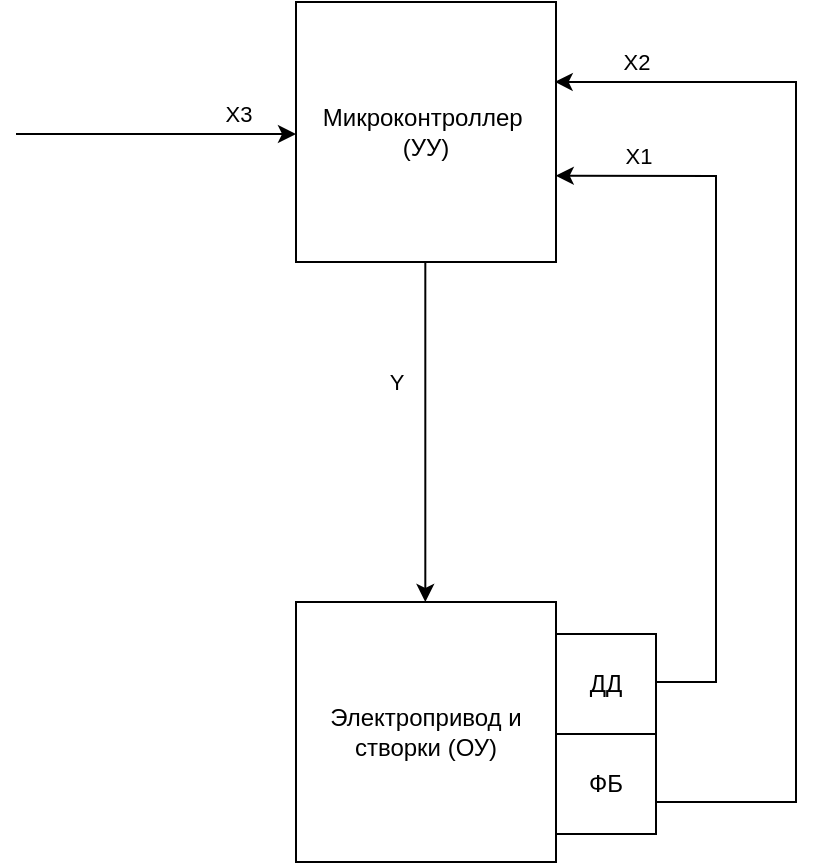
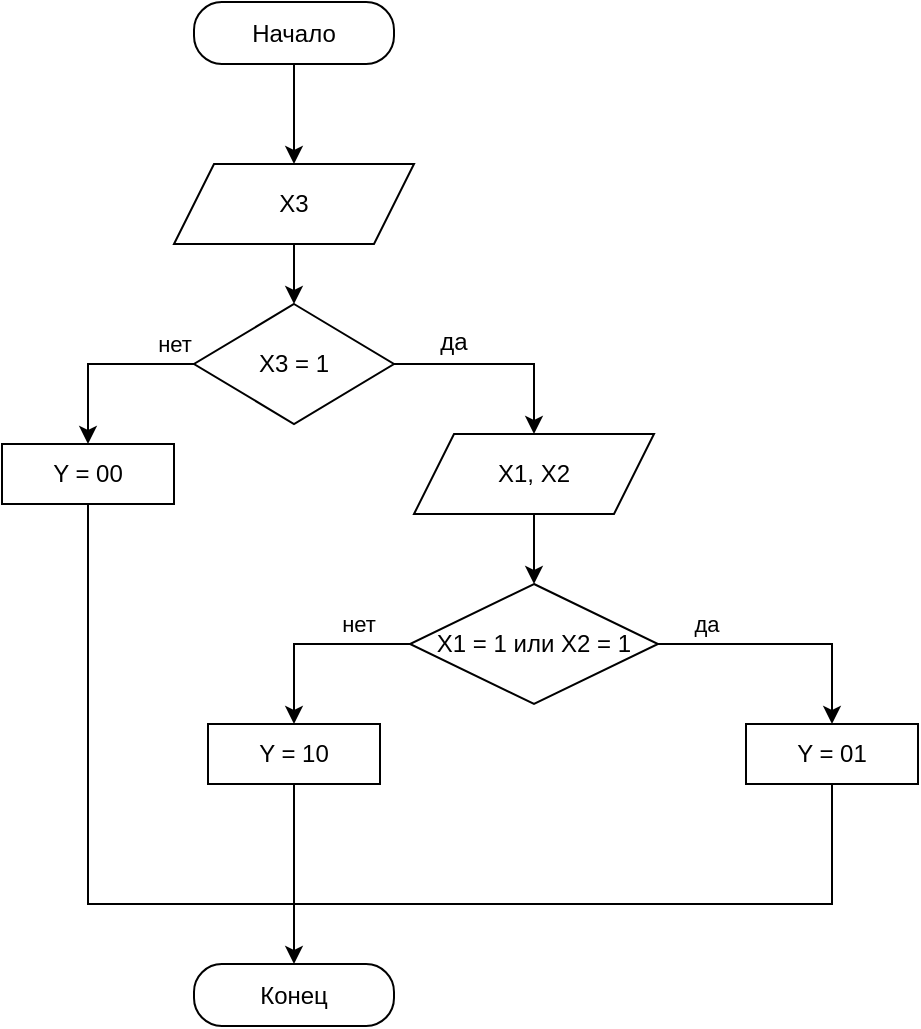
<mxfile host="app.diagrams.net">
-   <diagram name="Страница-1" id="o7DIcThjddvliB_Wjgzt">
-     <mxGraphModel dx="940" dy="581" grid="0" gridSize="10" guides="1" tooltips="1" connect="1" arrows="1" fold="1" page="1" pageScale="1" pageWidth="827" pageHeight="1169" math="0" shadow="0">
+   <diagram name="Страница-1" id="8dT08wCGhZlWzef3XY9_">
+     <mxGraphModel dx="1185" dy="732" grid="0" gridSize="10" guides="1" tooltips="1" connect="1" arrows="1" fold="1" page="0" pageScale="1" pageWidth="827" pageHeight="1169" background="#ffffff" math="0" shadow="0">
      <root>
        <mxCell id="0" />
        <mxCell id="1" parent="0" />
-         <mxCell id="K7llpdgvj-2vDJwLMH5C-2" parent="1" style="whiteSpace=wrap;html=1;aspect=fixed;" value="&lt;div&gt;Микроконтроллер&amp;nbsp;&lt;/div&gt;&lt;div&gt;(УУ)&lt;/div&gt;" vertex="1">
-           <mxGeometry height="130" width="130" x="440" y="80" as="geometry" />
-         </mxCell>
-         <mxCell id="K7llpdgvj-2vDJwLMH5C-4" edge="1" parent="1" style="endArrow=classic;html=1;rounded=0;entryX=0;entryY=0.5;entryDx=0;entryDy=0;" value="">
-           <mxGeometry height="50" relative="1" width="50" as="geometry">
-             <mxPoint x="300" y="146" as="sourcePoint" />
-             <mxPoint x="440" y="146" as="targetPoint" />
+         <mxCell id="Dx3b9bt0fMBXvoq6OFbz-3" edge="1" parent="1" source="Dx3b9bt0fMBXvoq6OFbz-1" style="edgeStyle=orthogonalEdgeStyle;rounded=0;orthogonalLoop=1;jettySize=auto;html=1;entryX=0.5;entryY=0;entryDx=0;entryDy=0;" target="wMLPcQ9qCrDKvQHsZQVY-1" value="">
+           <mxGeometry relative="1" as="geometry">
+             <mxPoint x="413.5294117647061" y="109" as="targetPoint" />
          </mxGeometry>
        </mxCell>
-         <mxCell id="K7llpdgvj-2vDJwLMH5C-8" connectable="0" parent="K7llpdgvj-2vDJwLMH5C-4" style="edgeLabel;html=1;align=center;verticalAlign=middle;resizable=0;points=[];" value="X3" vertex="1">
-           <mxGeometry relative="1" x="-0.5922" y="1" as="geometry">
-             <mxPoint x="82" y="-9" as="offset" />
+         <mxCell id="Dx3b9bt0fMBXvoq6OFbz-1" parent="1" style="rounded=1;whiteSpace=wrap;html=1;arcSize=45;" value="Начало" vertex="1">
+           <mxGeometry height="31" width="100" x="364" y="39" as="geometry" />
+         </mxCell>
+         <mxCell id="wMLPcQ9qCrDKvQHsZQVY-3" edge="1" parent="1" source="wMLPcQ9qCrDKvQHsZQVY-1" style="edgeStyle=orthogonalEdgeStyle;rounded=0;orthogonalLoop=1;jettySize=auto;html=1;entryX=0.5;entryY=0;entryDx=0;entryDy=0;" target="wMLPcQ9qCrDKvQHsZQVY-2">
+           <mxGeometry relative="1" as="geometry" />
+         </mxCell>
+         <mxCell id="wMLPcQ9qCrDKvQHsZQVY-1" parent="1" style="shape=parallelogram;perimeter=parallelogramPerimeter;whiteSpace=wrap;html=1;fixedSize=1;" value="X3" vertex="1">
+           <mxGeometry height="40" width="120" x="354" y="120" as="geometry" />
+         </mxCell>
+         <mxCell id="wMLPcQ9qCrDKvQHsZQVY-5" edge="1" parent="1" source="wMLPcQ9qCrDKvQHsZQVY-2" style="edgeStyle=orthogonalEdgeStyle;rounded=0;orthogonalLoop=1;jettySize=auto;html=1;entryX=0.5;entryY=0;entryDx=0;entryDy=0;" target="wMLPcQ9qCrDKvQHsZQVY-4">
+           <mxGeometry relative="1" as="geometry" />
+         </mxCell>
+         <mxCell id="wMLPcQ9qCrDKvQHsZQVY-10" connectable="0" parent="wMLPcQ9qCrDKvQHsZQVY-5" style="edgeLabel;html=1;align=center;verticalAlign=middle;resizable=0;points=[];" value="нет" vertex="1">
+           <mxGeometry relative="1" x="-0.3728" y="-3" as="geometry">
+             <mxPoint x="19" y="-7" as="offset" />
          </mxGeometry>
        </mxCell>
-         <mxCell id="K7llpdgvj-2vDJwLMH5C-9" parent="1" style="whiteSpace=wrap;html=1;aspect=fixed;" value="Электропривод и створки (ОУ)" vertex="1">
-           <mxGeometry height="130" width="130" x="440" y="380" as="geometry" />
+         <mxCell id="wMLPcQ9qCrDKvQHsZQVY-7" edge="1" parent="1" source="wMLPcQ9qCrDKvQHsZQVY-2" style="edgeStyle=orthogonalEdgeStyle;rounded=0;orthogonalLoop=1;jettySize=auto;html=1;" target="wMLPcQ9qCrDKvQHsZQVY-6">
+           <mxGeometry relative="1" as="geometry" />
        </mxCell>
-         <mxCell id="K7llpdgvj-2vDJwLMH5C-15" edge="1" parent="1" style="endArrow=classic;html=1;rounded=0;exitX=0.25;exitY=1;exitDx=0;exitDy=0;entryX=0.25;entryY=0;entryDx=0;entryDy=0;" value="">
-           <mxGeometry height="50" relative="1" width="50" as="geometry">
-             <mxPoint x="504.65999999999997" y="209.9999999999999" as="sourcePoint" />
-             <mxPoint x="504.65999999999997" y="380.0000000000001" as="targetPoint" />
+         <mxCell id="wMLPcQ9qCrDKvQHsZQVY-2" parent="1" style="rhombus;whiteSpace=wrap;html=1;" value="X3 = 1" vertex="1">
+           <mxGeometry height="60" width="100" x="364" y="190" as="geometry" />
+         </mxCell>
+         <mxCell id="wMLPcQ9qCrDKvQHsZQVY-20" edge="1" parent="1" source="wMLPcQ9qCrDKvQHsZQVY-4" style="edgeStyle=orthogonalEdgeStyle;rounded=0;orthogonalLoop=1;jettySize=auto;html=1;entryX=0.5;entryY=0;entryDx=0;entryDy=0;" target="wMLPcQ9qCrDKvQHsZQVY-19">
+           <mxGeometry relative="1" as="geometry">
+             <Array as="points">
+               <mxPoint x="311" y="490" />
+               <mxPoint x="414" y="490" />
+             </Array>
          </mxGeometry>
        </mxCell>
-         <mxCell id="K7llpdgvj-2vDJwLMH5C-17" connectable="0" parent="K7llpdgvj-2vDJwLMH5C-15" style="edgeLabel;html=1;align=center;verticalAlign=middle;resizable=0;points=[];" value="Y" vertex="1">
-           <mxGeometry relative="1" x="-0.391" y="-3" as="geometry">
-             <mxPoint x="-12" y="8" as="offset" />
+         <mxCell id="wMLPcQ9qCrDKvQHsZQVY-4" parent="1" style="rounded=0;whiteSpace=wrap;html=1;" value="Y = 00" vertex="1">
+           <mxGeometry height="30" width="86" x="268" y="260" as="geometry" />
+         </mxCell>
+         <mxCell id="wMLPcQ9qCrDKvQHsZQVY-9" edge="1" parent="1" source="wMLPcQ9qCrDKvQHsZQVY-6" style="edgeStyle=orthogonalEdgeStyle;rounded=0;orthogonalLoop=1;jettySize=auto;html=1;entryX=0.5;entryY=0;entryDx=0;entryDy=0;" target="wMLPcQ9qCrDKvQHsZQVY-8">
+           <mxGeometry relative="1" as="geometry" />
+         </mxCell>
+         <mxCell id="wMLPcQ9qCrDKvQHsZQVY-6" parent="1" style="shape=parallelogram;perimeter=parallelogramPerimeter;whiteSpace=wrap;html=1;fixedSize=1;" value="X1, X2" vertex="1">
+           <mxGeometry height="40" width="120" x="474" y="255" as="geometry" />
+         </mxCell>
+         <mxCell id="wMLPcQ9qCrDKvQHsZQVY-14" edge="1" parent="1" source="wMLPcQ9qCrDKvQHsZQVY-8" style="edgeStyle=orthogonalEdgeStyle;rounded=0;orthogonalLoop=1;jettySize=auto;html=1;" target="wMLPcQ9qCrDKvQHsZQVY-13" value="">
+           <mxGeometry relative="1" as="geometry" />
+         </mxCell>
+         <mxCell id="wMLPcQ9qCrDKvQHsZQVY-15" connectable="0" parent="wMLPcQ9qCrDKvQHsZQVY-14" style="edgeLabel;html=1;align=center;verticalAlign=middle;resizable=0;points=[];" value="да" vertex="1">
+           <mxGeometry relative="1" x="-0.4665" y="1" as="geometry">
+             <mxPoint x="-10" y="-9" as="offset" />
          </mxGeometry>
        </mxCell>
-         <mxCell id="K7llpdgvj-2vDJwLMH5C-25" parent="1" style="whiteSpace=wrap;html=1;aspect=fixed;" value="ДД" vertex="1">
-           <mxGeometry height="50" width="50" x="570" y="396" as="geometry" />
+         <mxCell id="wMLPcQ9qCrDKvQHsZQVY-17" edge="1" parent="1" source="wMLPcQ9qCrDKvQHsZQVY-8" style="edgeStyle=orthogonalEdgeStyle;rounded=0;orthogonalLoop=1;jettySize=auto;html=1;entryX=0.5;entryY=0;entryDx=0;entryDy=0;" target="wMLPcQ9qCrDKvQHsZQVY-16">
+           <mxGeometry relative="1" as="geometry" />
        </mxCell>
-         <mxCell id="K7llpdgvj-2vDJwLMH5C-31" edge="1" parent="1" source="K7llpdgvj-2vDJwLMH5C-27" style="edgeStyle=orthogonalEdgeStyle;rounded=0;orthogonalLoop=1;jettySize=auto;html=1;exitX=1;exitY=0.5;exitDx=0;exitDy=0;entryX=0.995;entryY=0.307;entryDx=0;entryDy=0;entryPerimeter=0;" target="K7llpdgvj-2vDJwLMH5C-2">
-           <mxGeometry relative="1" as="geometry">
-             <Array as="points">
-               <mxPoint x="620" y="480" />
-               <mxPoint x="690" y="480" />
-               <mxPoint x="690" y="120" />
-               <mxPoint x="580" y="120" />
-             </Array>
-             <mxPoint x="580" y="110" as="targetPoint" />
+         <mxCell id="wMLPcQ9qCrDKvQHsZQVY-18" connectable="0" parent="wMLPcQ9qCrDKvQHsZQVY-17" style="edgeLabel;html=1;align=center;verticalAlign=middle;resizable=0;points=[];" value="нет" vertex="1">
+           <mxGeometry relative="1" x="-0.3373" y="1" as="geometry">
+             <mxPoint x="6" y="-11" as="offset" />
          </mxGeometry>
        </mxCell>
-         <mxCell id="K7llpdgvj-2vDJwLMH5C-35" connectable="0" parent="K7llpdgvj-2vDJwLMH5C-31" style="edgeLabel;html=1;align=center;verticalAlign=middle;resizable=0;points=[];" value="X2" vertex="1">
-           <mxGeometry relative="1" x="0.7175" as="geometry">
-             <mxPoint x="-39" y="-10" as="offset" />
+         <mxCell id="wMLPcQ9qCrDKvQHsZQVY-8" parent="1" style="rhombus;whiteSpace=wrap;html=1;" value="X1 = 1 или X2 = 1" vertex="1">
+           <mxGeometry height="60" width="124" x="472" y="330" as="geometry" />
+         </mxCell>
+         <mxCell id="wMLPcQ9qCrDKvQHsZQVY-11" parent="1" style="text;html=1;whiteSpace=wrap;strokeColor=none;fillColor=none;align=center;verticalAlign=middle;rounded=0;" value="да" vertex="1">
+           <mxGeometry height="30" width="60" x="464" y="194" as="geometry" />
+         </mxCell>
+         <mxCell id="wMLPcQ9qCrDKvQHsZQVY-13" parent="1" style="rounded=0;whiteSpace=wrap;html=1;" value="Y = 01" vertex="1">
+           <mxGeometry height="30" width="86" x="640" y="400" as="geometry" />
+         </mxCell>
+         <mxCell id="wMLPcQ9qCrDKvQHsZQVY-16" parent="1" style="rounded=0;whiteSpace=wrap;html=1;" value="Y = 10" vertex="1">
+           <mxGeometry height="30" width="86" x="371" y="400" as="geometry" />
+         </mxCell>
+         <mxCell id="wMLPcQ9qCrDKvQHsZQVY-19" parent="1" style="rounded=1;whiteSpace=wrap;html=1;arcSize=45;" value="Конец" vertex="1">
+           <mxGeometry height="31" width="100" x="364" y="520" as="geometry" />
+         </mxCell>
+         <mxCell id="wMLPcQ9qCrDKvQHsZQVY-21" edge="1" parent="1" style="endArrow=none;html=1;rounded=0;entryX=0.5;entryY=1;entryDx=0;entryDy=0;" target="wMLPcQ9qCrDKvQHsZQVY-13" value="">
+           <mxGeometry height="50" relative="1" width="50" as="geometry">
+             <Array as="points">
+               <mxPoint x="683" y="490" />
+             </Array>
+             <mxPoint x="410" y="490" as="sourcePoint" />
+             <mxPoint x="440" y="340" as="targetPoint" />
          </mxGeometry>
        </mxCell>
-         <mxCell id="K7llpdgvj-2vDJwLMH5C-27" parent="1" style="whiteSpace=wrap;html=1;aspect=fixed;" value="ФБ" vertex="1">
-           <mxGeometry height="50" width="50" x="570" y="446" as="geometry" />
-         </mxCell>
-         <mxCell id="K7llpdgvj-2vDJwLMH5C-30" edge="1" parent="1" source="K7llpdgvj-2vDJwLMH5C-25" style="endArrow=classic;html=1;rounded=0;entryX=0.999;entryY=0.668;entryDx=0;entryDy=0;entryPerimeter=0;exitX=1.005;exitY=0.481;exitDx=0;exitDy=0;exitPerimeter=0;" target="K7llpdgvj-2vDJwLMH5C-2" value="">
+         <mxCell id="wMLPcQ9qCrDKvQHsZQVY-22" edge="1" parent="1" style="endArrow=none;html=1;rounded=0;entryX=0.5;entryY=1;entryDx=0;entryDy=0;" target="wMLPcQ9qCrDKvQHsZQVY-16" value="">
          <mxGeometry height="50" relative="1" width="50" as="geometry">
            <Array as="points">
-               <mxPoint x="650" y="420" />
-               <mxPoint x="650" y="400" />
-               <mxPoint x="650" y="167" />
+               <mxPoint x="414" y="460" />
            </Array>
-             <mxPoint x="630" y="420" as="sourcePoint" />
-             <mxPoint x="600" y="180" as="targetPoint" />
-           </mxGeometry>
-         </mxCell>
-         <mxCell id="K7llpdgvj-2vDJwLMH5C-34" connectable="0" parent="K7llpdgvj-2vDJwLMH5C-30" style="edgeLabel;html=1;align=center;verticalAlign=middle;resizable=0;points=[];" value="X1" vertex="1">
-           <mxGeometry relative="1" x="0.8494" as="geometry">
-             <mxPoint x="13" y="-10" as="offset" />
+             <mxPoint x="414" y="490" as="sourcePoint" />
+             <mxPoint x="401" y="430" as="targetPoint" />
          </mxGeometry>
        </mxCell>
      </root>
    </mxGraphModel>
  </diagram>
</mxfile>
